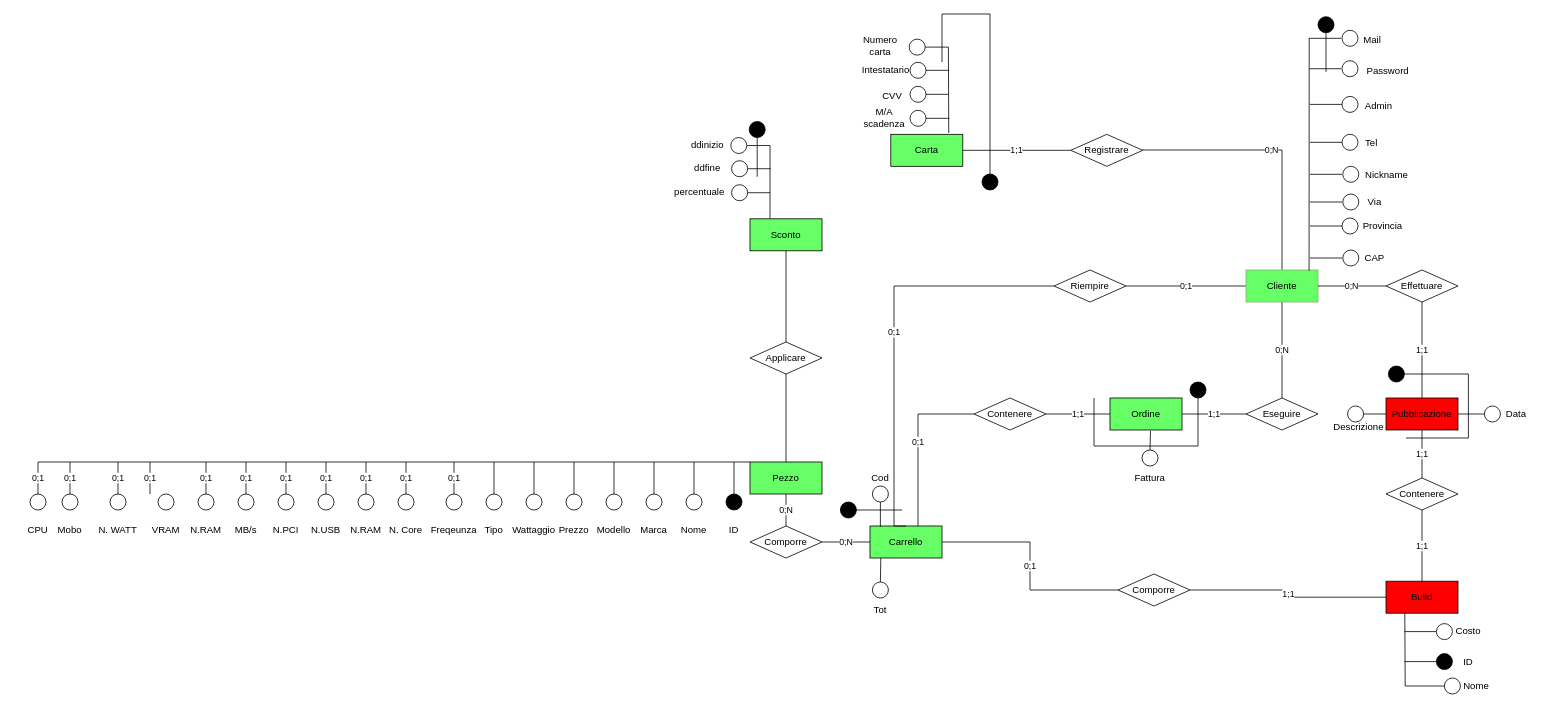
This is page "Pagina-1" (1 of 3) of file/diagrammaDB/ERR/ERR_TSW.drawio from carloalbertogiordano/ProgTSW, a draw.io file, before an edit. Source tidied: cells renumbered, new cells numbered last; positions are measured from the earlier drawing's top-left corner, leaving out a move shared by most shapes. Both pictures are drawn from the tidied source at 80%, with x=0, y=0 at pixel (14, 14).
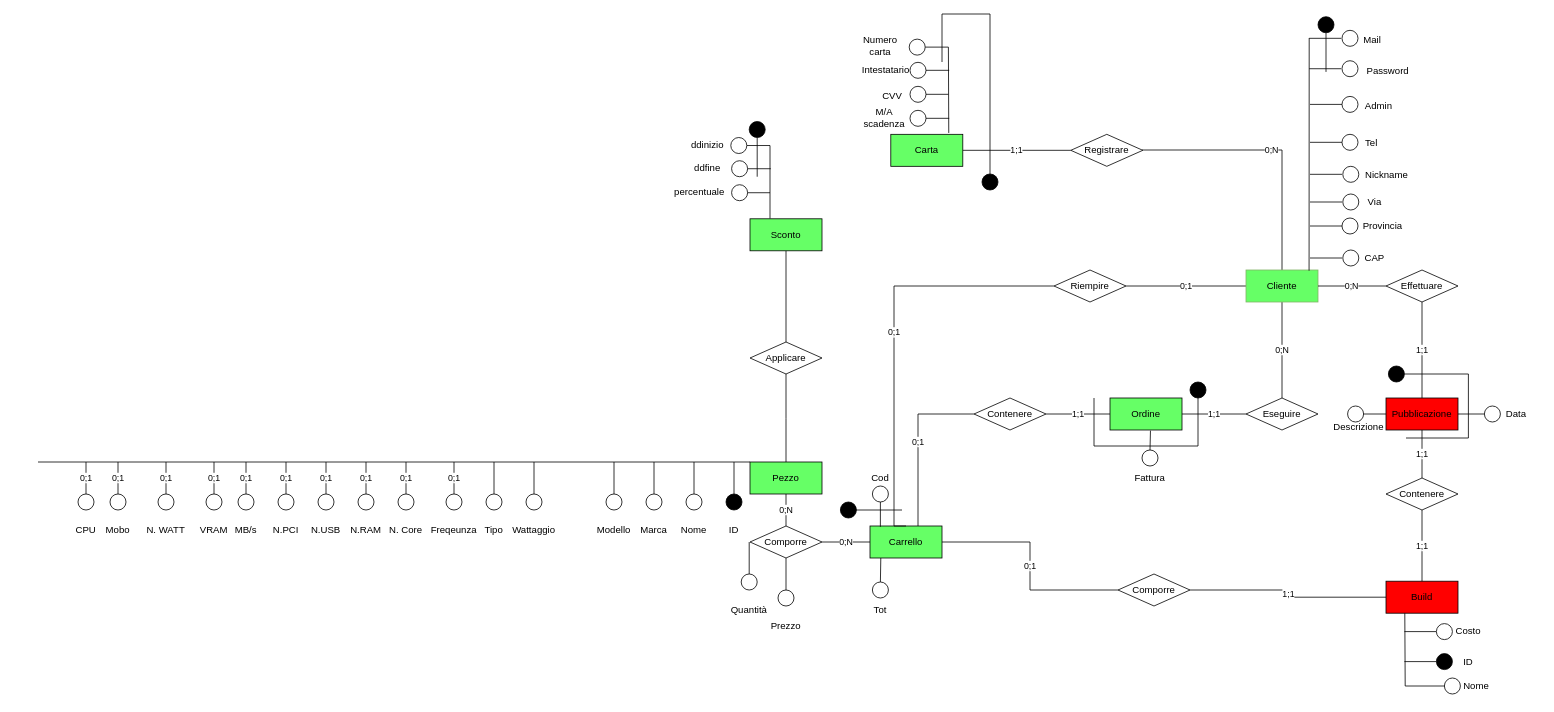
Above is the later version.

Commit message (it also covers changes not shown here):
File ERR aggiornato

The edit, as a diff of the source:
```diff
@@
-    <mxCell id="45" style="endArrow=none;html=1;rounded=0;" parent="1" edge="1">
-      <mxGeometry relative="1" as="geometry">
-        <mxPoint x="700" y="600" as="sourcePoint" />
-        <mxPoint x="700" y="560" as="targetPoint" />
-      </mxGeometry>
-    </mxCell>
-    <mxCell id="46" style="ellipse;whiteSpace=wrap;html=1;" parent="1" vertex="1">
-      <mxGeometry x="690" y="600" width="20" height="20" as="geometry" />
-    </mxCell>
-    <mxCell id="47" value="Prezzo" style="text;html=1;strokeColor=none;fillColor=none;align=center;verticalAlign=middle;whiteSpace=wrap;rounded=0;" parent="1" vertex="1">
-      <mxGeometry x="670" y="630" width="60" height="30" as="geometry" />
-    </mxCell>
@@
-    <mxCell id="97" value="0;1" style="endArrow=none;html=1;rounded=0;" parent="1" edge="1">
-      <mxGeometry relative="1" as="geometry">
-        <mxPoint x="240" y="600" as="sourcePoint" />
-        <mxPoint x="240" y="560" as="targetPoint" />
-      </mxGeometry>
-    </mxCell>
-    <mxCell id="98" style="ellipse;whiteSpace=wrap;html=1;" parent="1" vertex="1">
-      <mxGeometry x="230" y="600" width="20" height="20" as="geometry" />
-    </mxCell>
-    <mxCell id="99" value="N.RAM" style="text;html=1;strokeColor=none;fillColor=none;align=center;verticalAlign=middle;whiteSpace=wrap;rounded=0;" parent="1" vertex="1">
-      <mxGeometry x="210" y="630" width="60" height="30" as="geometry" />
-    </mxCell>
     <mxCell id="100" value="0;1" style="endArrow=none;html=1;rounded=0;" parent="1" edge="1">
       <mxGeometry relative="1" as="geometry">
-        <mxPoint x="170" y="600" as="sourcePoint" />
-        <mxPoint x="170" y="560" as="targetPoint" />
+        <mxPoint x="250" y="600" as="sourcePoint" />
+        <mxPoint x="250" y="560" as="targetPoint" />
       </mxGeometry>
     </mxCell>
     <mxCell id="101" style="ellipse;whiteSpace=wrap;html=1;" parent="1" vertex="1">
-      <mxGeometry x="180" y="600" width="20" height="20" as="geometry" />
+      <mxGeometry x="240" y="600" width="20" height="20" as="geometry" />
     </mxCell>
     <mxCell id="102" value="VRAM" style="text;html=1;strokeColor=none;fillColor=none;align=center;verticalAlign=middle;whiteSpace=wrap;rounded=0;" parent="1" vertex="1">
-      <mxGeometry x="160" y="630" width="60" height="30" as="geometry" />
+      <mxGeometry x="220" y="630" width="60" height="30" as="geometry" />
     </mxCell>
     <mxCell id="103" value="0;1" style="endArrow=none;html=1;rounded=0;" parent="1" edge="1">
       <mxGeometry relative="1" as="geometry">
-        <mxPoint x="130" y="600" as="sourcePoint" />
-        <mxPoint x="130" y="560" as="targetPoint" />
+        <mxPoint x="190" y="600" as="sourcePoint" />
+        <mxPoint x="190" y="560" as="targetPoint" />
       </mxGeometry>
     </mxCell>
     <mxCell id="104" style="ellipse;whiteSpace=wrap;html=1;" parent="1" vertex="1">
-      <mxGeometry x="120" y="600" width="20" height="20" as="geometry" />
+      <mxGeometry x="180" y="600" width="20" height="20" as="geometry" />
     </mxCell>
     <mxCell id="105" value="N. WATT" style="text;html=1;strokeColor=none;fillColor=none;align=center;verticalAlign=middle;whiteSpace=wrap;rounded=0;" parent="1" vertex="1">
-      <mxGeometry x="100" y="630" width="60" height="30" as="geometry" />
+      <mxGeometry x="160" y="630" width="60" height="30" as="geometry" />
     </mxCell>
     <mxCell id="106" value="0;1" style="endArrow=none;html=1;rounded=0;" parent="1" edge="1">
       <mxGeometry relative="1" as="geometry">
-        <mxPoint x="70" y="600" as="sourcePoint" />
-        <mxPoint x="70" y="560" as="targetPoint" />
+        <mxPoint x="130" y="600" as="sourcePoint" />
+        <mxPoint x="130" y="560" as="targetPoint" />
       </mxGeometry>
     </mxCell>
     <mxCell id="107" style="ellipse;whiteSpace=wrap;html=1;" parent="1" vertex="1">
-      <mxGeometry x="60" y="600" width="20" height="20" as="geometry" />
+      <mxGeometry x="120" y="600" width="20" height="20" as="geometry" />
     </mxCell>
     <mxCell id="108" value="Mobo" style="text;html=1;strokeColor=none;fillColor=none;align=center;verticalAlign=middle;whiteSpace=wrap;rounded=0;" parent="1" vertex="1">
-      <mxGeometry x="40" y="630" width="60" height="30" as="geometry" />
+      <mxGeometry x="100" y="630" width="60" height="30" as="geometry" />
     </mxCell>
     <mxCell id="109" value="0;1" style="endArrow=none;html=1;rounded=0;" parent="1" edge="1">
       <mxGeometry relative="1" as="geometry">
-        <mxPoint x="30" y="600" as="sourcePoint" />
-        <mxPoint x="30" y="560" as="targetPoint" />
+        <mxPoint x="90" y="600" as="sourcePoint" />
+        <mxPoint x="90" y="560" as="targetPoint" />
       </mxGeometry>
     </mxCell>
     <mxCell id="110" style="ellipse;whiteSpace=wrap;html=1;" parent="1" vertex="1">
-      <mxGeometry x="20" y="600" width="20" height="20" as="geometry" />
+      <mxGeometry x="80" y="600" width="20" height="20" as="geometry" />
     </mxCell>
     <mxCell id="111" value="CPU" style="text;html=1;strokeColor=none;fillColor=none;align=center;verticalAlign=middle;whiteSpace=wrap;rounded=0;" parent="1" vertex="1">
-      <mxGeometry y="630" width="60" height="30" as="geometry" />
+      <mxGeometry x="60" y="630" width="60" height="30" as="geometry" />
     </mxCell>
@@
+    <mxCell id="174" style="endArrow=none;html=1;rounded=0;" parent="1" edge="1">
+      <mxGeometry relative="1" as="geometry">
+        <mxPoint x="965" y="720" as="sourcePoint" />
+        <mxPoint x="965" y="680" as="targetPoint" />
+      </mxGeometry>
+    </mxCell>
+    <mxCell id="175" style="ellipse;whiteSpace=wrap;html=1;" parent="1" vertex="1">
+      <mxGeometry x="955" y="720" width="20" height="20" as="geometry" />
+    </mxCell>
+    <mxCell id="47" value="Prezzo" style="text;html=1;strokeColor=none;fillColor=none;align=center;verticalAlign=middle;whiteSpace=wrap;rounded=0;" parent="1" vertex="1">
+      <mxGeometry x="935" y="750" width="60" height="30" as="geometry" />
+    </mxCell>
+    <mxCell id="176" style="endArrow=none;html=1;rounded=0;" parent="1" edge="1">
+      <mxGeometry relative="1" as="geometry">
+        <mxPoint x="919" y="700" as="sourcePoint" />
+        <mxPoint x="919" y="660" as="targetPoint" />
+      </mxGeometry>
+    </mxCell>
+    <mxCell id="177" style="ellipse;whiteSpace=wrap;html=1;" parent="1" vertex="1">
+      <mxGeometry x="909" y="700" width="20" height="20" as="geometry" />
+    </mxCell>
+    <mxCell id="178" value="Quantità" style="text;html=1;strokeColor=none;fillColor=none;align=center;verticalAlign=middle;whiteSpace=wrap;rounded=0;" parent="1" vertex="1">
+      <mxGeometry x="889" y="730" width="60" height="30" as="geometry" />
+    </mxCell>
```
